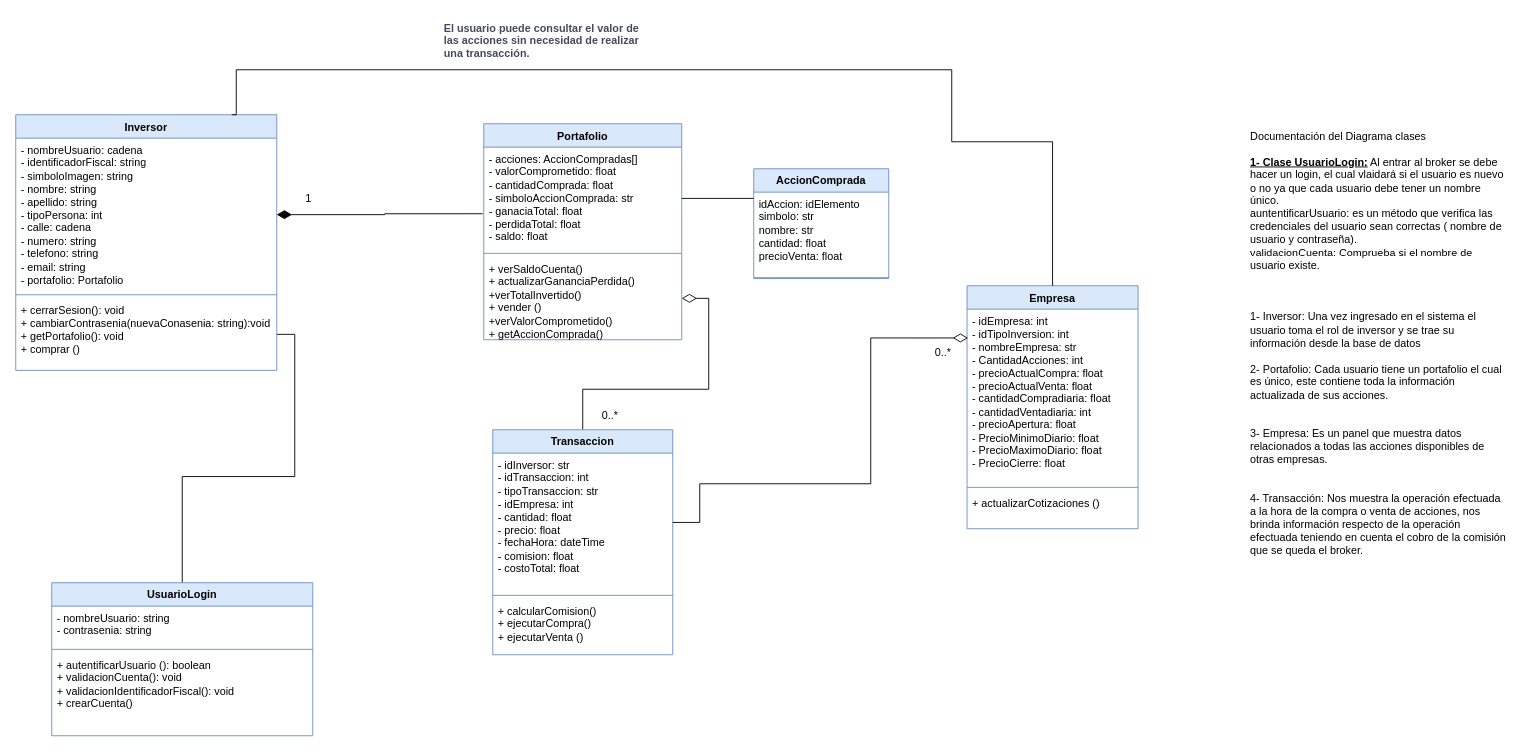
This is Documentación/Diagrama-de-Clases.drawio from INNOVAcodersISPC/ARGBroker, a draw.io file, before an edit. Source tidied: cells renumbered, new cells numbered last; positions are measured from the earlier drawing's top-left corner, leaving out a move shared by most shapes. Both pictures are drawn from the tidied source at 90%, with x=0, y=0 at pixel (15, 15).
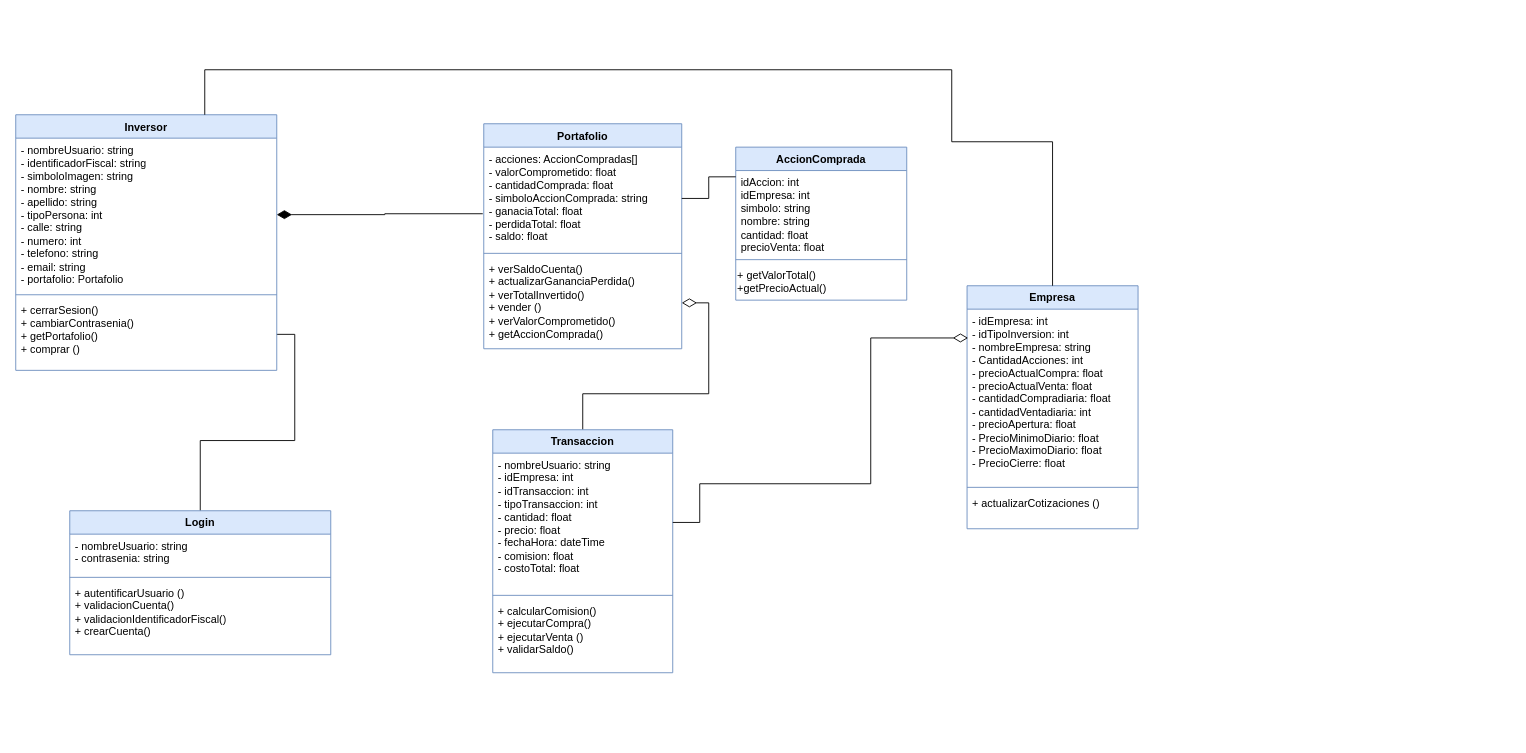
The same page after the edit.

Unchanged cells that the change refers to:
```xml
<mxCell id="2" value="Empresa" style="swimlane;fontStyle=1;align=center;verticalAlign=top;horizontal=1;startSize=26;whiteSpace=wrap;html=1;fillColor=#dae8fc;strokeColor=#6c8ebf;" parent="1" vertex="1">
  <mxGeometry x="1057" y="300" width="190" height="270" as="geometry" />
</mxCell>
<mxCell id="24" value="Inversor" style="swimlane;fontStyle=1;align=center;verticalAlign=top;horizontal=1;startSize=26;whiteSpace=wrap;html=1;fillColor=#dae8fc;strokeColor=#6c8ebf;" parent="1" vertex="1">
  <mxGeometry y="110" width="290" height="284" as="geometry" />
</mxCell>
```

Diff of the diagram source:
```diff
@@
-    <mxCell id="3" value="&lt;div style=&quot;text-wrap: nowrap;&quot;&gt;- idEmpresa: int&lt;div&gt;- idTipoInversion: int&lt;/div&gt;&lt;div&gt;- nombreEmpresa: str&lt;/div&gt;&lt;div&gt;- CantidadAcciones: int&lt;/div&gt;&lt;div&gt;- precioActualCompra: float&lt;/div&gt;&lt;div&gt;- precioActualVenta: float&lt;/div&gt;&lt;div&gt;- cantidadCompradiaria: float&lt;/div&gt;&lt;div&gt;&lt;span style=&quot;background-color: initial;&quot;&gt;- cantidadVentadiaria: int&lt;/span&gt;&lt;/div&gt;&lt;div&gt;- precioApertura: float&lt;/div&gt;&lt;div&gt;- PrecioMinimoDiario: float&amp;nbsp;&lt;/div&gt;&lt;div&gt;- PrecioMaximoDiario: float&lt;/div&gt;&lt;div&gt;- PrecioCierre: float&lt;/div&gt;&lt;/div&gt;" style="text;strokeColor=none;fillColor=none;align=left;verticalAlign=top;spacingLeft=4;spacingRight=4;overflow=hidden;points=[[0,0.5],[1,0.5]];portConstraint=eastwest;whiteSpace=wrap;html=1;" parent="2" vertex="1">
+    <mxCell id="3" value="&lt;div style=&quot;text-wrap: nowrap;&quot;&gt;- idEmpresa: int&lt;div&gt;- idTipoInversion: int&lt;/div&gt;&lt;div&gt;- nombreEmpresa: string&lt;/div&gt;&lt;div&gt;- CantidadAcciones: int&lt;/div&gt;&lt;div&gt;- precioActualCompra: float&lt;/div&gt;&lt;div&gt;- precioActualVenta: float&lt;/div&gt;&lt;div&gt;- cantidadCompradiaria: float&lt;/div&gt;&lt;div&gt;&lt;span style=&quot;background-color: initial;&quot;&gt;- cantidadVentadiaria: int&lt;/span&gt;&lt;/div&gt;&lt;div&gt;- precioApertura: float&lt;/div&gt;&lt;div&gt;- PrecioMinimoDiario: float&amp;nbsp;&lt;/div&gt;&lt;div&gt;- PrecioMaximoDiario: float&lt;/div&gt;&lt;div&gt;- PrecioCierre: float&lt;/div&gt;&lt;/div&gt;" style="text;strokeColor=none;fillColor=none;align=left;verticalAlign=top;spacingLeft=4;spacingRight=4;overflow=hidden;points=[[0,0.5],[1,0.5]];portConstraint=eastwest;whiteSpace=wrap;html=1;" parent="2" vertex="1">
       <mxGeometry y="26" width="190" height="194" as="geometry" />
     </mxCell>
@@
     <mxCell id="6" value="Portafolio" style="swimlane;fontStyle=1;align=center;verticalAlign=top;horizontal=1;startSize=26;whiteSpace=wrap;html=1;fillColor=#dae8fc;strokeColor=#6c8ebf;" parent="1" vertex="1">
-      <mxGeometry x="520" y="120" width="220" height="240" as="geometry" />
+      <mxGeometry x="520" y="120" width="220" height="250" as="geometry" />
     </mxCell>
-    <mxCell id="7" value="&lt;div style=&quot;text-wrap: nowrap;&quot;&gt;&lt;span style=&quot;background-color: initial;&quot;&gt;- acciones: AccionCompradas[]&lt;/span&gt;&lt;br&gt;&lt;/div&gt;&lt;div style=&quot;text-wrap: nowrap;&quot;&gt;&lt;div&gt;- valorComprometido: float&lt;/div&gt;&lt;div&gt;- cantidadComprada: float&lt;/div&gt;&lt;div&gt;- simboloAccionComprada: str&lt;/div&gt;&lt;div&gt;- ganaciaTotal: float&lt;/div&gt;&lt;div&gt;- perdidaTotal: float&lt;/div&gt;&lt;div&gt;- saldo: float&lt;/div&gt;&lt;/div&gt;" style="text;strokeColor=none;fillColor=none;align=left;verticalAlign=top;spacingLeft=4;spacingRight=4;overflow=hidden;points=[[0,0.5],[1,0.5]];portConstraint=eastwest;whiteSpace=wrap;html=1;" parent="6" vertex="1">
+    <mxCell id="7" value="&lt;div style=&quot;text-wrap: nowrap;&quot;&gt;&lt;span style=&quot;background-color: initial;&quot;&gt;- acciones: AccionCompradas[]&lt;/span&gt;&lt;br&gt;&lt;/div&gt;&lt;div style=&quot;text-wrap: nowrap;&quot;&gt;&lt;div&gt;- valorComprometido: float&lt;/div&gt;&lt;div&gt;- cantidadComprada: float&lt;/div&gt;&lt;div&gt;- simboloAccionComprada: string&lt;/div&gt;&lt;div&gt;- ganaciaTotal: float&lt;/div&gt;&lt;div&gt;- perdidaTotal: float&lt;/div&gt;&lt;div&gt;- saldo: float&lt;/div&gt;&lt;/div&gt;" style="text;strokeColor=none;fillColor=none;align=left;verticalAlign=top;spacingLeft=4;spacingRight=4;overflow=hidden;points=[[0,0.5],[1,0.5]];portConstraint=eastwest;whiteSpace=wrap;html=1;" parent="6" vertex="1">
       <mxGeometry y="26" width="220" height="114" as="geometry" />
     </mxCell>
@@
-    <mxCell id="9" value="+ verSaldoCuenta()&lt;div&gt;+ actualizarGananciaPerdida()&lt;/div&gt;&lt;div&gt;+verTotalInvertido()&lt;/div&gt;&lt;div&gt;+ vender ()&lt;/div&gt;&lt;div&gt;+verValorComprometido()&lt;/div&gt;&lt;div&gt;+ getAccionComprada()&lt;br&gt;&lt;div&gt;&lt;br&gt;&lt;/div&gt;&lt;/div&gt;&lt;div&gt;&lt;br&gt;&lt;/div&gt;&lt;div&gt;&lt;br&gt;&lt;/div&gt;&lt;div&gt;&lt;br&gt;&lt;/div&gt;" style="text;strokeColor=none;fillColor=none;align=left;verticalAlign=top;spacingLeft=4;spacingRight=4;overflow=hidden;points=[[0,0.5],[1,0.5]];portConstraint=eastwest;whiteSpace=wrap;html=1;" parent="6" vertex="1">
-      <mxGeometry y="148" width="220" height="92" as="geometry" />
+    <mxCell id="9" value="+ verSaldoCuenta()&lt;div&gt;+ actualizarGananciaPerdida()&lt;/div&gt;&lt;div&gt;+ verTotalInvertido()&lt;/div&gt;&lt;div&gt;+ vender ()&lt;/div&gt;&lt;div&gt;+ verValorComprometido()&lt;/div&gt;&lt;div&gt;+ getAccionComprada()&lt;br&gt;&lt;div&gt;&lt;br&gt;&lt;/div&gt;&lt;/div&gt;&lt;div&gt;&lt;br&gt;&lt;/div&gt;&lt;div&gt;&lt;br&gt;&lt;/div&gt;&lt;div&gt;&lt;br&gt;&lt;/div&gt;" style="text;strokeColor=none;fillColor=none;align=left;verticalAlign=top;spacingLeft=4;spacingRight=4;overflow=hidden;points=[[0,0.5],[1,0.5]];portConstraint=eastwest;whiteSpace=wrap;html=1;" parent="6" vertex="1">
+      <mxGeometry y="148" width="220" height="102" as="geometry" />
     </mxCell>
@@
     <mxCell id="11" value="Transaccion" style="swimlane;fontStyle=1;align=center;verticalAlign=top;horizontal=1;startSize=26;whiteSpace=wrap;html=1;fillColor=#dae8fc;strokeColor=#6c8ebf;" parent="1" vertex="1">
-      <mxGeometry x="530" y="460" width="200" height="250" as="geometry" />
+      <mxGeometry x="530" y="460" width="200" height="270" as="geometry" />
     </mxCell>
-    <mxCell id="12" value="&lt;div style=&quot;text-wrap: nowrap;&quot;&gt;&lt;span style=&quot;background-color: initial;&quot;&gt;- idInversor: str&lt;/span&gt;&lt;br&gt;&lt;/div&gt;&lt;div style=&quot;text-wrap: nowrap;&quot;&gt;&lt;div&gt;- idTransaccion: int&lt;br&gt;&lt;/div&gt;&lt;div&gt;- tipoTransaccion: str&lt;br&gt;&lt;/div&gt;&lt;div&gt;- idEmpresa: int&lt;br&gt;&lt;/div&gt;&lt;div&gt;- cantidad: float&lt;/div&gt;&lt;div&gt;- precio: float&lt;br&gt;&lt;/div&gt;&lt;div&gt;- fechaHora: dateTime&lt;br&gt;&lt;/div&gt;&lt;div&gt;- comision: float&lt;br&gt;&lt;/div&gt;&lt;div&gt;- costoTotal: floa&lt;span style=&quot;background-color: initial;&quot;&gt;t&lt;/span&gt;&lt;/div&gt;&lt;div&gt;&lt;br&gt;&lt;/div&gt;&lt;div&gt;&amp;nbsp;&lt;/div&gt;&lt;div&gt;&lt;br&gt;&lt;/div&gt;&lt;div&gt;&lt;br&gt;&lt;/div&gt;&lt;div&gt;&lt;br&gt;&lt;/div&gt;&lt;/div&gt;" style="text;strokeColor=none;fillColor=none;align=left;verticalAlign=top;spacingLeft=4;spacingRight=4;overflow=hidden;points=[[0,0.5],[1,0.5]];portConstraint=eastwest;whiteSpace=wrap;html=1;" parent="11" vertex="1">
+    <mxCell id="12" value="&lt;div style=&quot;text-wrap: nowrap;&quot;&gt;&lt;span style=&quot;background-color: initial;&quot;&gt;- nombreUsuario: string&lt;/span&gt;&lt;br&gt;&lt;/div&gt;&lt;div style=&quot;text-wrap: nowrap;&quot;&gt;&lt;div&gt;- idEmpresa: int&lt;br&gt;&lt;/div&gt;&lt;div&gt;- idTransaccion: int&lt;br&gt;&lt;/div&gt;&lt;div&gt;- tipoTransaccion: int&lt;/div&gt;&lt;div&gt;&lt;span style=&quot;background-color: initial;&quot;&gt;- cantidad: float&lt;/span&gt;&lt;/div&gt;&lt;div&gt;- precio: float&lt;br&gt;&lt;/div&gt;&lt;div&gt;- fechaHora: dateTime&lt;br&gt;&lt;/div&gt;&lt;div&gt;- comision: float&lt;br&gt;&lt;/div&gt;&lt;div&gt;- costoTotal: floa&lt;span style=&quot;background-color: initial;&quot;&gt;t&lt;/span&gt;&lt;span style=&quot;background-color: initial;&quot;&gt;&amp;nbsp;&lt;/span&gt;&lt;/div&gt;&lt;div&gt;&lt;br&gt;&lt;/div&gt;&lt;div&gt;&lt;br&gt;&lt;/div&gt;&lt;div&gt;&lt;br&gt;&lt;/div&gt;&lt;/div&gt;" style="text;strokeColor=none;fillColor=none;align=left;verticalAlign=top;spacingLeft=4;spacingRight=4;overflow=hidden;points=[[0,0.5],[1,0.5]];portConstraint=eastwest;whiteSpace=wrap;html=1;" parent="11" vertex="1">
       <mxGeometry y="26" width="200" height="154" as="geometry" />
     </mxCell>
@@
-    <mxCell id="14" value="+ calcularComision()&lt;div&gt;+ ejecutarCompra()&lt;/div&gt;&lt;div&gt;+ ejecutarVenta ()&lt;/div&gt;" style="text;strokeColor=none;fillColor=none;align=left;verticalAlign=top;spacingLeft=4;spacingRight=4;overflow=hidden;whiteSpace=wrap;html=1;" parent="11" vertex="1">
-      <mxGeometry y="188" width="200" height="62" as="geometry" />
+    <mxCell id="14" value="+ calcularComision()&lt;div&gt;+ ejecutarCompra()&lt;/div&gt;&lt;div&gt;+ ejecutarVenta ()&lt;/div&gt;&lt;div&gt;+ validarSaldo()&lt;/div&gt;" style="text;strokeColor=none;fillColor=none;align=left;verticalAlign=top;spacingLeft=4;spacingRight=4;overflow=hidden;whiteSpace=wrap;html=1;" parent="11" vertex="1">
+      <mxGeometry y="188" width="200" height="82" as="geometry" />
     </mxCell>
-    <mxCell id="15" value="Documentación del Diagrama clases&lt;div&gt;&lt;br&gt;&lt;/div&gt;&lt;div&gt;&lt;b&gt;&lt;u&gt;1- Clase UsuarioLogin:&lt;/u&gt;&lt;/b&gt; Al entrar al broker se debe hacer un login, el cual vlaidará si el usuario es nuevo o no ya que cada usuario debe tener un nombre único.&amp;nbsp;&lt;/div&gt;&lt;div&gt;auntentificarUsuario: es un método que verifica las credenciales del usuario sean correctas ( nombre de usuario y contraseña).&amp;nbsp;&lt;/div&gt;&lt;div&gt;validacionCuenta: Comprueba si el nombre de usuario existe.&lt;/div&gt;&lt;div&gt;&lt;br&gt;&lt;/div&gt;&lt;div&gt;&lt;br&gt;&lt;/div&gt;&lt;div&gt;&lt;br&gt;&lt;/div&gt;&lt;div&gt;1- Inversor: Una vez ingresado en el sistema el usuario toma el rol de inversor y se trae su información desde la base de datos&lt;/div&gt;&lt;div&gt;&lt;br&gt;&lt;/div&gt;&lt;div&gt;2- Portafolio: Cada usuario tiene un portafolio el cual es único, este contiene toda la información actualizada de sus acciones.&lt;br&gt;&lt;/div&gt;&lt;div&gt;&lt;br&gt;&lt;/div&gt;&lt;div&gt;&lt;br&gt;&lt;/div&gt;&lt;div&gt;3- Empresa: Es un panel que muestra datos relacionados a todas las acciones disponibles de otras empresas.&lt;/div&gt;&lt;div&gt;&lt;br&gt;&lt;/div&gt;&lt;div&gt;&lt;br&gt;&lt;/div&gt;&lt;div&gt;4- Transacción: Nos muestra la operación efectuada a la hora de la compra o venta de acciones, nos brinda información respecto de la operación efectuada teniendo en cuenta el cobro de la comisión que se queda el broker.&lt;/div&gt;" style="text;whiteSpace=wrap;html=1;" parent="1" vertex="1">
-      <mxGeometry x="1370" y="120" width="290" height="460" as="geometry" />
-    </mxCell>
-    <mxCell id="16" value="0..*" style="text;html=1;align=center;verticalAlign=middle;strokeColor=none;fillColor=none;" parent="1" vertex="1">
-      <mxGeometry x="640" y="430" width="40" height="30" as="geometry" />
-    </mxCell>
@@
-    <mxCell id="18" value="0..*" style="text;html=1;align=center;verticalAlign=middle;strokeColor=none;fillColor=none;" parent="1" vertex="1">
-      <mxGeometry x="1010" y="360" width="40" height="30" as="geometry" />
-    </mxCell>
@@
-    <mxCell id="20" value="UsuarioLogin" style="swimlane;fontStyle=1;align=center;verticalAlign=top;horizontal=1;startSize=26;whiteSpace=wrap;html=1;fillColor=#dae8fc;strokeColor=#6c8ebf;" parent="1" vertex="1">
-      <mxGeometry x="40" y="630" width="290" height="170" as="geometry" />
+    <mxCell id="20" value="Login" style="swimlane;fontStyle=1;align=center;verticalAlign=top;horizontal=1;startSize=26;whiteSpace=wrap;html=1;fillColor=#dae8fc;strokeColor=#6c8ebf;" parent="1" vertex="1">
+      <mxGeometry x="60" y="550" width="290" height="160" as="geometry" />
     </mxCell>
@@
-    <mxCell id="23" value="+ autentificarUsuario (): boolean&lt;br&gt;+ validacionCuenta(): void&lt;br&gt;+ validacionIdentificadorFiscal(): void&lt;br&gt;+ crearCuenta()" style="text;strokeColor=none;fillColor=none;align=left;verticalAlign=top;spacingLeft=4;spacingRight=4;overflow=hidden;whiteSpace=wrap;html=1;" parent="20" vertex="1">
-      <mxGeometry y="78" width="290" height="92" as="geometry" />
+    <mxCell id="23" value="+ autentificarUsuario ()&lt;br&gt;+ validacionCuenta()&lt;br&gt;+ validacionIdentificadorFiscal()&lt;br&gt;+ crearCuenta()" style="text;strokeColor=none;fillColor=none;align=left;verticalAlign=top;spacingLeft=4;spacingRight=4;overflow=hidden;whiteSpace=wrap;html=1;" parent="20" vertex="1">
+      <mxGeometry y="78" width="290" height="82" as="geometry" />
     </mxCell>
@@
-    <mxCell id="25" value="&lt;div&gt;- nombreUsuario: cadena&lt;br&gt;- identificadorFiscal: string&lt;/div&gt;- simboloImagen: string&lt;br&gt;- nombre: string&lt;br&gt;- apellido: string&lt;br&gt;- tipoPersona: int&lt;div&gt;- calle: cadena&lt;br&gt;- numero: string&lt;br&gt;- telefono: string&lt;br&gt;- email: string&lt;br&gt;- portafolio: Portafolio&lt;/div&gt;" style="text;strokeColor=none;fillColor=none;align=left;verticalAlign=top;spacingLeft=4;spacingRight=4;overflow=hidden;points=[[0,0.5],[1,0.5]];portConstraint=eastwest;whiteSpace=wrap;html=1;" parent="24" vertex="1">
+    <mxCell id="25" value="&lt;div&gt;- nombreUsuario: string&lt;br&gt;- identificadorFiscal: string&lt;/div&gt;- simboloImagen: string&lt;br&gt;- nombre: string&lt;br&gt;- apellido: string&lt;br&gt;- tipoPersona: int&lt;div&gt;- calle: string&lt;br&gt;- numero: int&lt;br&gt;- telefono: string&lt;br&gt;- email: string&lt;br&gt;- portafolio: Portafolio&lt;/div&gt;" style="text;strokeColor=none;fillColor=none;align=left;verticalAlign=top;spacingLeft=4;spacingRight=4;overflow=hidden;points=[[0,0.5],[1,0.5]];portConstraint=eastwest;whiteSpace=wrap;html=1;" parent="24" vertex="1">
       <mxGeometry y="26" width="290" height="170" as="geometry" />
     </mxCell>
@@
-    <mxCell id="27" value="+ cerrarSesion(): void&lt;br&gt;&lt;div&gt;+ cambiarContrasenia(nuevaConasenia: string):void&lt;br&gt;+ getPortafolio(): void&lt;br&gt;+ comprar ()&lt;/div&gt;" style="text;strokeColor=none;fillColor=none;align=left;verticalAlign=top;spacingLeft=4;spacingRight=4;overflow=hidden;points=[[0,0.5],[1,0.5]];portConstraint=eastwest;whiteSpace=wrap;html=1;" parent="24" vertex="1">
+    <mxCell id="27" value="+ cerrarSesion()&lt;div&gt;&lt;div&gt;+ cambiarContrasenia()&lt;br&gt;+ getPortafolio()&lt;br&gt;+ comprar ()&lt;/div&gt;&lt;/div&gt;" style="text;strokeColor=none;fillColor=none;align=left;verticalAlign=top;spacingLeft=4;spacingRight=4;overflow=hidden;points=[[0,0.5],[1,0.5]];portConstraint=eastwest;whiteSpace=wrap;html=1;" parent="24" vertex="1">
       <mxGeometry y="204" width="290" height="80" as="geometry" />
     </mxCell>
     <mxCell id="28" style="endArrow=none;html=1;edgeStyle=orthogonalEdgeStyle;rounded=0;entryX=0.5;entryY=0;entryDx=0;entryDy=0;" parent="1" edge="1" target="2">
       <mxGeometry relative="1" as="geometry">
-        <mxPoint x="240" y="110" as="sourcePoint" />
+        <mxPoint x="210" y="110" as="sourcePoint" />
         <Array as="points">
-          <mxPoint x="245" y="110" />
-          <mxPoint x="245" y="60" />
+          <mxPoint x="210" y="110" />
+          <mxPoint x="210" y="60" />
           <mxPoint x="1040" y="60" />
           <mxPoint x="1040" y="140" />
           <mxPoint x="1152" y="140" />
         </Array>
       </mxGeometry>
     </mxCell>
-    <mxCell id="29" value="El usuario puede consultar el valor de&#10;las acciones sin necesidad de realizar&#10;una transacción." style="text;align=left;verticalAlign=top;spacingLeft=4;spacingRight=4;overflow=hidden;labelBackgroundColor=none;fontColor=#46495D;fontStyle=1;" parent="1" vertex="1">
-      <mxGeometry x="470" width="240" height="50" as="geometry" />
-    </mxCell>
     <mxCell id="30" value="AccionComprada" style="swimlane;fontStyle=1;align=center;verticalAlign=top;horizontal=1;startSize=26;whiteSpace=wrap;html=1;fillColor=#dae8fc;strokeColor=#6c8ebf;" parent="1" vertex="1">
-      <mxGeometry x="820" y="170" width="150" height="122" as="geometry" />
+      <mxGeometry x="800" y="146" width="190" height="170" as="geometry" />
     </mxCell>
-    <mxCell id="31" value="&lt;div style=&quot;text-wrap: nowrap;&quot;&gt;idAccion: idElemento&lt;/div&gt;&lt;div style=&quot;text-wrap: nowrap;&quot;&gt;simbolo: str&lt;/div&gt;&lt;div style=&quot;text-wrap: nowrap;&quot;&gt;nombre: str&lt;/div&gt;&lt;div style=&quot;text-wrap: nowrap;&quot;&gt;cantidad: float&lt;/div&gt;&lt;div style=&quot;text-wrap: nowrap;&quot;&gt;precioVenta: float&lt;/div&gt;" style="text;strokeColor=none;fillColor=none;align=left;verticalAlign=top;spacingLeft=4;spacingRight=4;overflow=hidden;points=[[0,0.5],[1,0.5]];portConstraint=eastwest;whiteSpace=wrap;html=1;" parent="30" vertex="1">
-      <mxGeometry y="26" width="150" height="94" as="geometry" />
+    <mxCell id="31" value="&lt;div style=&quot;text-wrap: nowrap;&quot;&gt;idAccion: int&lt;/div&gt;&lt;div style=&quot;text-wrap: nowrap;&quot;&gt;idEmpresa: int&lt;/div&gt;&lt;div style=&quot;text-wrap: nowrap;&quot;&gt;simbolo: string&lt;/div&gt;&lt;div style=&quot;text-wrap: nowrap;&quot;&gt;nombre: string&lt;/div&gt;&lt;div style=&quot;text-wrap: nowrap;&quot;&gt;cantidad: float&lt;/div&gt;&lt;div style=&quot;text-wrap: nowrap;&quot;&gt;precioVenta: float&lt;/div&gt;" style="text;strokeColor=none;fillColor=none;align=left;verticalAlign=top;spacingLeft=4;spacingRight=4;overflow=hidden;points=[[0,0.5],[1,0.5]];portConstraint=eastwest;whiteSpace=wrap;html=1;" parent="30" vertex="1">
+      <mxGeometry y="26" width="190" height="94" as="geometry" />
     </mxCell>
     <mxCell id="32" style="line;strokeWidth=1;fillColor=none;align=left;verticalAlign=middle;spacingTop=-1;spacingLeft=3;spacingRight=3;labelPosition=right;strokeColor=inherit;" parent="30" vertex="1">
-      <mxGeometry y="120" width="150" height="2" as="geometry" />
+      <mxGeometry y="120" width="190" height="10" as="geometry" />
     </mxCell>
+    <mxCell id="36" value="&lt;font style=&quot;text-wrap: wrap; vertical-align: inherit;&quot;&gt;+&amp;nbsp;getValorTotal()&lt;/font&gt;&lt;div&gt;&lt;span style=&quot;text-wrap: wrap;&quot;&gt;+getPrecioActual()&lt;/span&gt;&lt;/div&gt;" style="text;html=1;align=left;verticalAlign=middle;strokeColor=none;fillColor=none;" parent="30" vertex="1">
+      <mxGeometry y="130" width="190" height="40" as="geometry" />
+    </mxCell>
@@
-    <mxCell id="35" value="1" style="text;html=1;align=center;verticalAlign=middle;strokeColor=none;fillColor=none;" parent="1" vertex="1">
-      <mxGeometry x="310" y="188" width="30" height="30" as="geometry" />
-    </mxCell>
```
